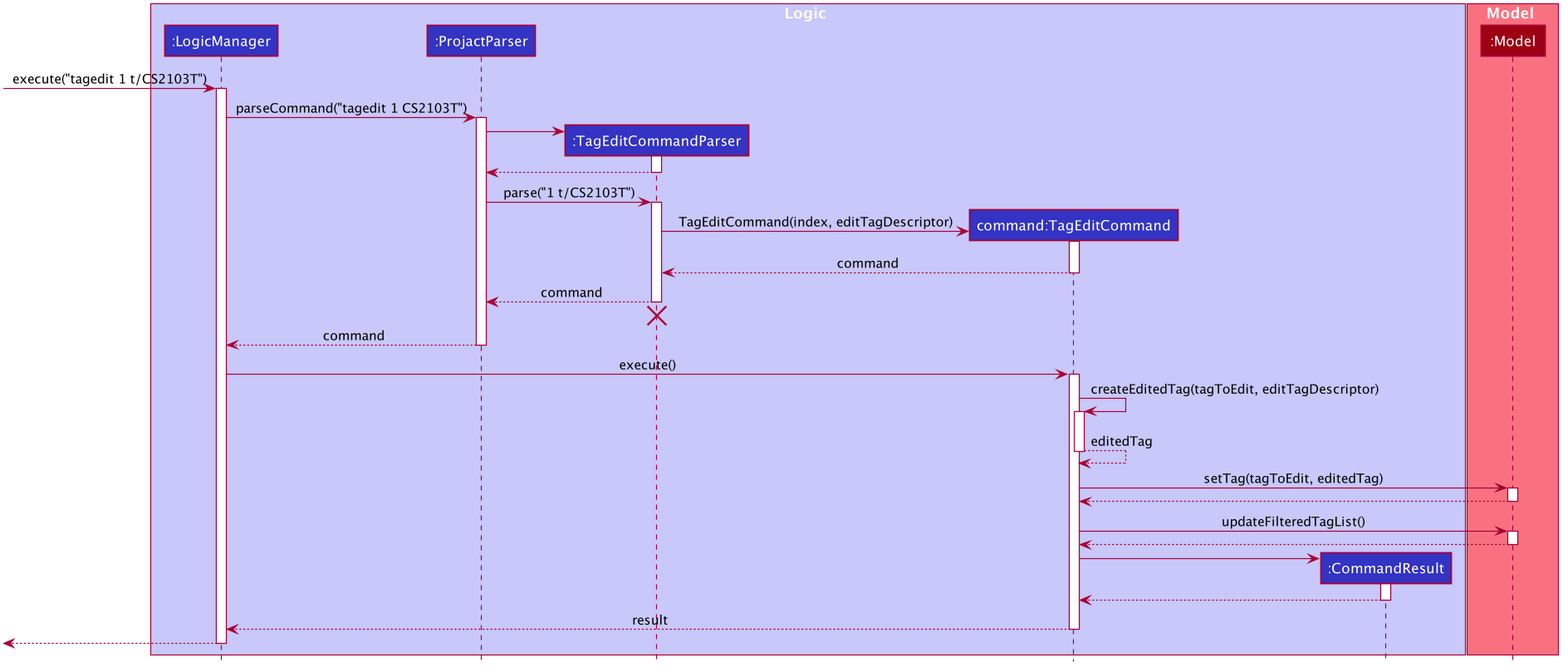
Above: docs/images/TagEditSequenceDiagram.png in siqiang-ng/tp (PlantUML), before the change.
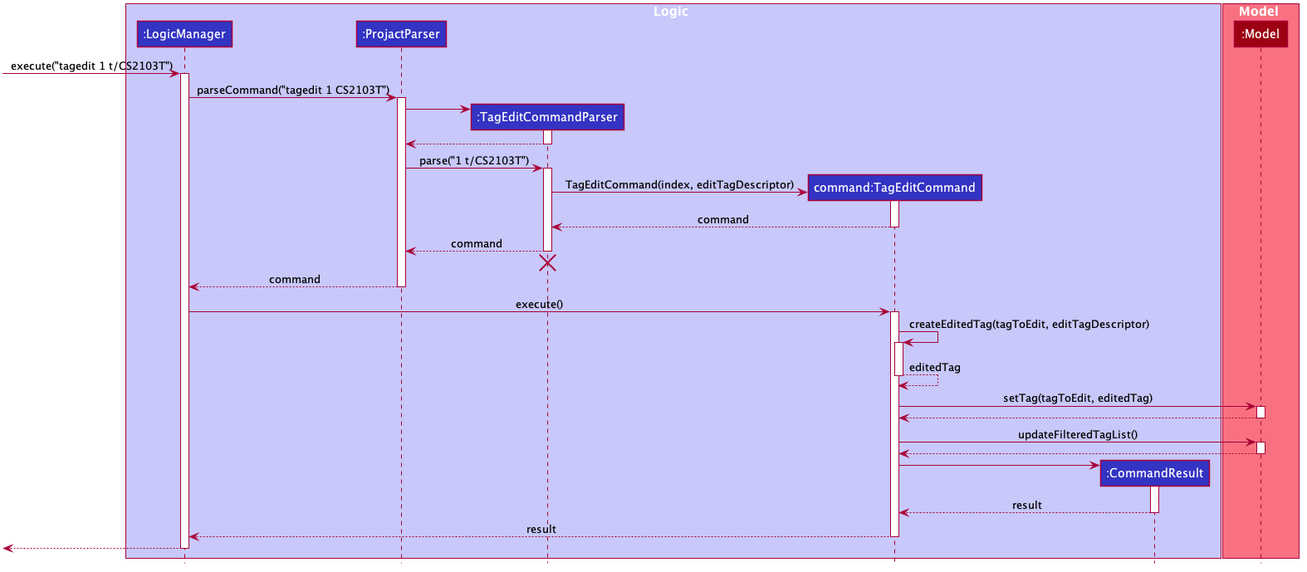
After the commit.

What changed in the source:
```diff
@@ -110,7 +110,7 @@
 create CommandResult
 TagEditCommand -> CommandResult
 activate CommandResult
-CommandResult ---> TagEditCommand
+CommandResult ---> TagEditCommand : result
 deactivate CommandResult
 
 TagEditCommand --> LogicManager : result
```
